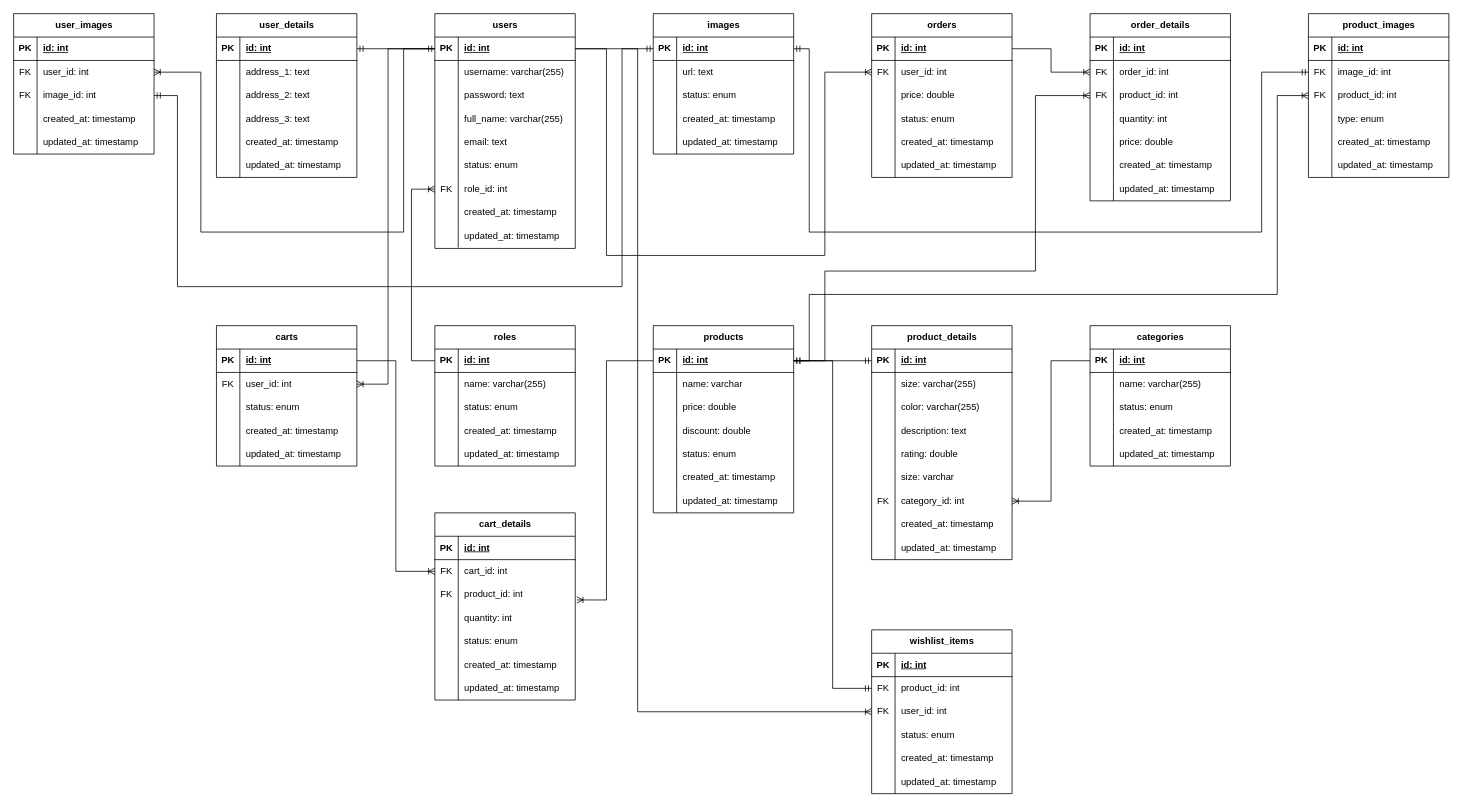
Before: database.drawio in nhuttan12/thuc-tap-lap-trinh-di-dong, a draw.io diagram. Source tidied: cells renumbered, new cells numbered last; positions are measured from the earlier drawing's top-left corner, leaving out a move shared by most shapes. Both pictures are drawn from the tidied source at 78%, with x=0, y=0 at pixel (13, 13).
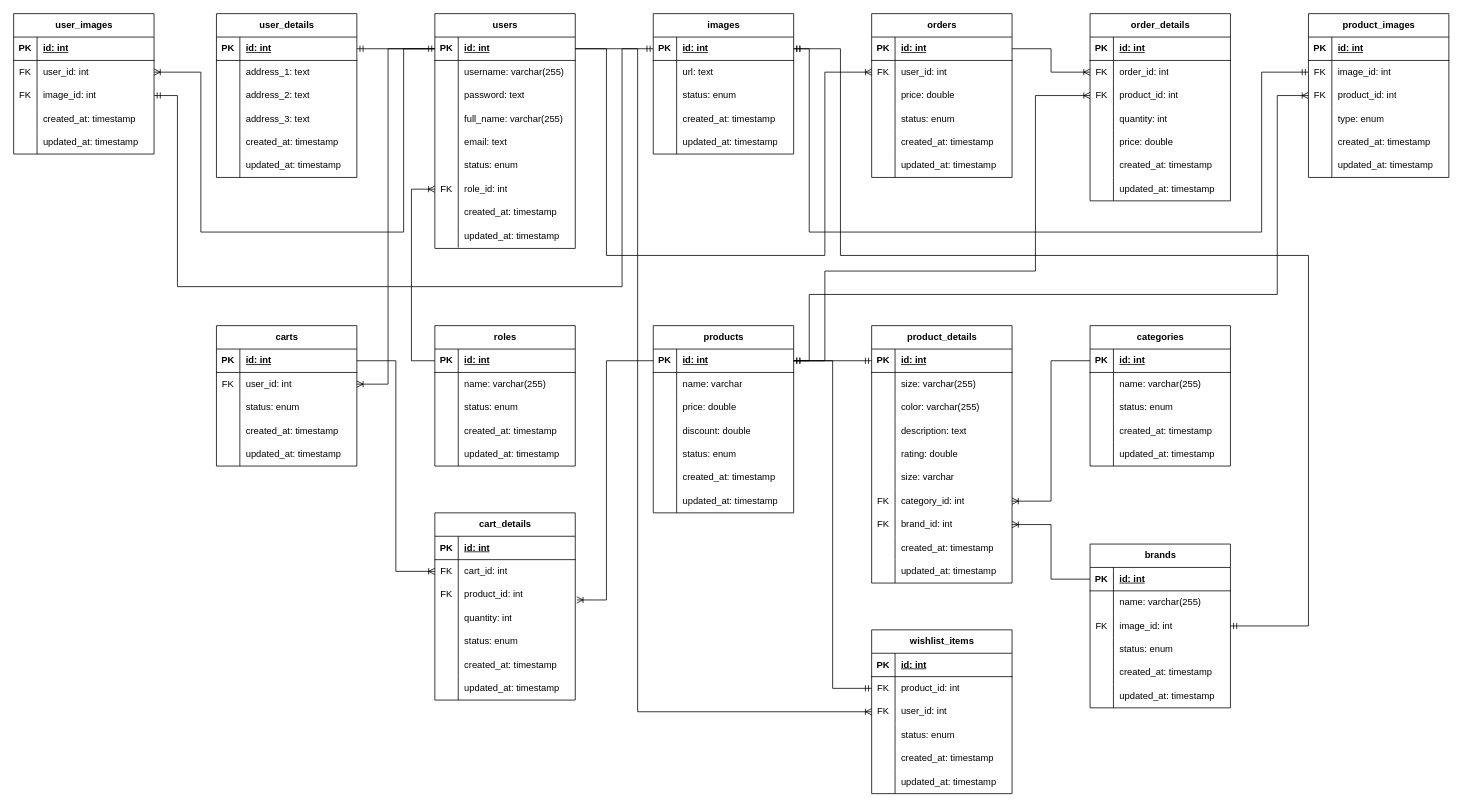
The same diagram, later.

Commit message:
update database schema file

The change refers to these unchanged cells:
```xml
<mxCell id="117" style="shape=tableRow;horizontal=0;startSize=0;swimlaneHead=0;swimlaneBody=0;fillColor=none;points=[[0,0.5],[1,0.5]];portConstraint=eastwest;top=0;left=0;right=0;bottom=1;" parent="116" vertex="1">
  <mxGeometry y="30" width="180" height="30" as="geometry" />
</mxCell>
```

The edit, as a diff of the source:
```diff
@@
     <mxCell id="88" value="product_details" style="shape=table;startSize=30;childLayout=tableLayout;rowLines=0;fontStyle=1;align=center;html=1;" parent="1" vertex="1">
-      <mxGeometry x="1100" y="400" width="180" height="300" as="geometry" />
+      <mxGeometry x="1100" y="400" width="180" height="330" as="geometry" />
     </mxCell>
@@
+    <mxCell id="296" style="shape=tableRow;horizontal=0;startSize=0;swimlaneHead=0;swimlaneBody=0;fillColor=none;points=[[0,0.5],[1,0.5]];portConstraint=eastwest;top=0;left=0;right=0;bottom=0;" parent="88" vertex="1">
+      <mxGeometry y="240" width="180" height="30" as="geometry" />
+    </mxCell>
+    <mxCell id="297" value="FK" style="shape=partialRectangle;fillColor=none;top=0;left=0;bottom=0;right=0;overflow=hidden;whiteSpace=wrap;html=1;" parent="296" vertex="1">
+      <mxGeometry width="30" height="30" as="geometry" />
+    </mxCell>
+    <mxCell id="298" value="brand_id&lt;span style=&quot;background-color: transparent; color: light-dark(rgb(0, 0, 0), rgb(255, 255, 255));&quot;&gt;: int&lt;/span&gt;" style="shape=partialRectangle;fillColor=none;top=0;left=0;bottom=0;right=0;align=left;spacingLeft=6;overflow=hidden;whiteSpace=wrap;html=1;" parent="296" vertex="1">
+      <mxGeometry x="30" width="150" height="30" as="geometry" />
+    </mxCell>
     <mxCell id="110" style="shape=tableRow;horizontal=0;startSize=0;swimlaneHead=0;swimlaneBody=0;fillColor=none;top=0;left=0;right=0;bottom=0;" parent="88" vertex="1">
-      <mxGeometry y="240" width="180" height="30" as="geometry" />
+      <mxGeometry y="270" width="180" height="30" as="geometry" />
     </mxCell>
@@
     <mxCell id="113" style="shape=tableRow;horizontal=0;startSize=0;swimlaneHead=0;swimlaneBody=0;fillColor=none;top=0;left=0;right=0;bottom=0;" parent="88" vertex="1">
-      <mxGeometry y="270" width="180" height="30" as="geometry" />
+      <mxGeometry y="300" width="180" height="30" as="geometry" />
     </mxCell>
@@
+    <mxCell id="299" value="brands" style="shape=table;startSize=30;childLayout=tableLayout;rowLines=0;fontStyle=1;align=center;html=1;" parent="1" vertex="1">
+      <mxGeometry x="1380" y="680" width="180" height="210" as="geometry" />
+    </mxCell>
+    <mxCell id="300" style="shape=tableRow;horizontal=0;startSize=0;swimlaneHead=0;swimlaneBody=0;fillColor=none;points=[[0,0.5],[1,0.5]];portConstraint=eastwest;top=0;left=0;right=0;bottom=1;" parent="299" vertex="1">
+      <mxGeometry y="30" width="180" height="30" as="geometry" />
+    </mxCell>
+    <mxCell id="301" value="PK" style="shape=partialRectangle;fillColor=none;top=0;left=0;bottom=0;right=0;fontStyle=1;overflow=hidden;whiteSpace=wrap;html=1;" parent="300" vertex="1">
+      <mxGeometry width="30" height="30" as="geometry" />
+    </mxCell>
+    <mxCell id="302" value="id: int" style="shape=partialRectangle;fillColor=none;top=0;left=0;bottom=0;right=0;align=left;spacingLeft=6;fontStyle=5;overflow=hidden;whiteSpace=wrap;html=1;" parent="300" vertex="1">
+      <mxGeometry x="30" width="150" height="30" as="geometry" />
+    </mxCell>
+    <mxCell id="303" style="shape=tableRow;horizontal=0;startSize=0;swimlaneHead=0;swimlaneBody=0;fillColor=none;top=0;left=0;right=0;bottom=0;" parent="299" vertex="1">
+      <mxGeometry y="60" width="180" height="30" as="geometry" />
+    </mxCell>
+    <mxCell id="304" style="shape=partialRectangle;fillColor=none;top=0;left=0;bottom=0;right=0;overflow=hidden;whiteSpace=wrap;html=1;" parent="303" vertex="1">
+      <mxGeometry width="30" height="30" as="geometry" />
+    </mxCell>
+    <mxCell id="305" value="name: varchar(255)" style="shape=partialRectangle;fillColor=none;top=0;left=0;bottom=0;right=0;align=left;spacingLeft=6;overflow=hidden;whiteSpace=wrap;html=1;" parent="303" vertex="1">
+      <mxGeometry x="30" width="150" height="30" as="geometry" />
+    </mxCell>
+    <mxCell id="306" style="shape=tableRow;horizontal=0;startSize=0;swimlaneHead=0;swimlaneBody=0;fillColor=none;points=[[0,0.5],[1,0.5]];portConstraint=eastwest;top=0;left=0;right=0;bottom=0;" parent="299" vertex="1">
+      <mxGeometry y="90" width="180" height="30" as="geometry" />
+    </mxCell>
+    <mxCell id="307" value="FK" style="shape=partialRectangle;fillColor=none;top=0;left=0;bottom=0;right=0;overflow=hidden;whiteSpace=wrap;html=1;" parent="306" vertex="1">
+      <mxGeometry width="30" height="30" as="geometry" />
+    </mxCell>
+    <mxCell id="308" value="image_id: int" style="shape=partialRectangle;fillColor=none;top=0;left=0;bottom=0;right=0;align=left;spacingLeft=6;overflow=hidden;whiteSpace=wrap;html=1;" parent="306" vertex="1">
+      <mxGeometry x="30" width="150" height="30" as="geometry" />
+    </mxCell>
+    <mxCell id="309" style="shape=tableRow;horizontal=0;startSize=0;swimlaneHead=0;swimlaneBody=0;fillColor=none;top=0;left=0;right=0;bottom=0;" parent="299" vertex="1">
+      <mxGeometry y="120" width="180" height="30" as="geometry" />
+    </mxCell>
+    <mxCell id="310" style="shape=partialRectangle;fillColor=none;top=0;left=0;bottom=0;right=0;overflow=hidden;whiteSpace=wrap;html=1;" parent="309" vertex="1">
+      <mxGeometry width="30" height="30" as="geometry" />
+    </mxCell>
+    <mxCell id="311" value="status: enum" style="shape=partialRectangle;fillColor=none;top=0;left=0;bottom=0;right=0;align=left;spacingLeft=6;overflow=hidden;whiteSpace=wrap;html=1;" parent="309" vertex="1">
+      <mxGeometry x="30" width="150" height="30" as="geometry" />
+    </mxCell>
+    <mxCell id="312" style="shape=tableRow;horizontal=0;startSize=0;swimlaneHead=0;swimlaneBody=0;fillColor=none;top=0;left=0;right=0;bottom=0;" parent="299" vertex="1">
+      <mxGeometry y="150" width="180" height="30" as="geometry" />
+    </mxCell>
+    <mxCell id="313" style="shape=partialRectangle;fillColor=none;top=0;left=0;bottom=0;right=0;overflow=hidden;whiteSpace=wrap;html=1;" parent="312" vertex="1">
+      <mxGeometry width="30" height="30" as="geometry" />
+    </mxCell>
+    <mxCell id="314" value="created_at: timestamp" style="shape=partialRectangle;fillColor=none;top=0;left=0;bottom=0;right=0;align=left;spacingLeft=6;overflow=hidden;whiteSpace=wrap;html=1;" parent="312" vertex="1">
+      <mxGeometry x="30" width="150" height="30" as="geometry" />
+    </mxCell>
+    <mxCell id="315" style="shape=tableRow;horizontal=0;startSize=0;swimlaneHead=0;swimlaneBody=0;fillColor=none;top=0;left=0;right=0;bottom=0;" parent="299" vertex="1">
+      <mxGeometry y="180" width="180" height="30" as="geometry" />
+    </mxCell>
+    <mxCell id="316" style="shape=partialRectangle;fillColor=none;top=0;left=0;bottom=0;right=0;overflow=hidden;whiteSpace=wrap;html=1;" parent="315" vertex="1">
+      <mxGeometry width="30" height="30" as="geometry" />
+    </mxCell>
+    <mxCell id="317" value="updated_at: timestamp" style="shape=partialRectangle;fillColor=none;top=0;left=0;bottom=0;right=0;align=left;spacingLeft=6;overflow=hidden;whiteSpace=wrap;html=1;" parent="315" vertex="1">
+      <mxGeometry x="30" width="150" height="30" as="geometry" />
+    </mxCell>
+    <mxCell id="318" style="edgeStyle=orthogonalEdgeStyle;fontSize=12;html=1;endArrow=ERoneToMany;rounded=0;entryX=1;entryY=0.5;entryDx=0;entryDy=0;exitX=0;exitY=0.5;exitDx=0;exitDy=0;" parent="1" edge="1" source="300" target="296">
+      <mxGeometry relative="1" as="geometry" />
+    </mxCell>
+    <mxCell id="319" style="edgeStyle=orthogonalEdgeStyle;fontSize=12;html=1;endArrow=ERmandOne;startArrow=ERmandOne;rounded=0;exitX=1;exitY=0.5;exitDx=0;exitDy=0;entryX=1;entryY=0.5;entryDx=0;entryDy=0;" parent="1" edge="1" source="306" target="117">
+      <mxGeometry relative="1" as="geometry">
+        <Array as="points">
+          <mxPoint x="1660" y="785" />
+          <mxPoint x="1660" y="310" />
+          <mxPoint x="1060" y="310" />
+          <mxPoint x="1060" y="45" />
+        </Array>
+      </mxGeometry>
+    </mxCell>
```
